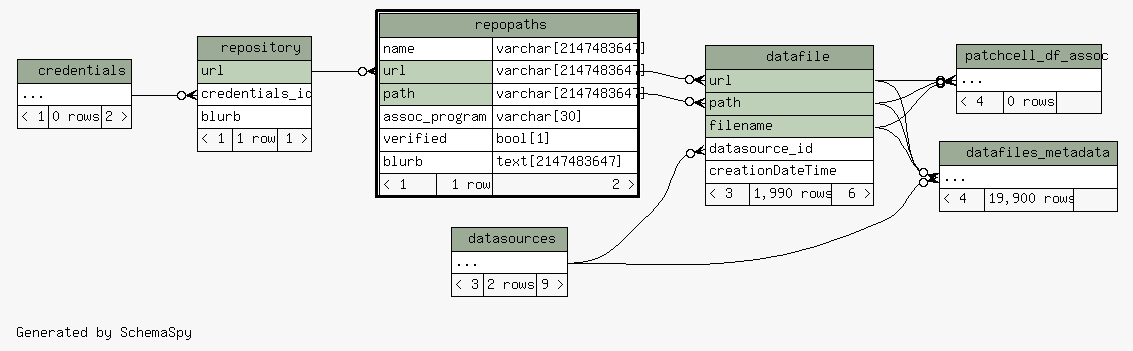
This is database/ss/diagrams/repopaths.2degrees.png from tgbugs/mlab, a Graphviz export, as it was before one commit. Its source is kept beside it as database/ss/diagrams/repopaths.2degrees.dot.
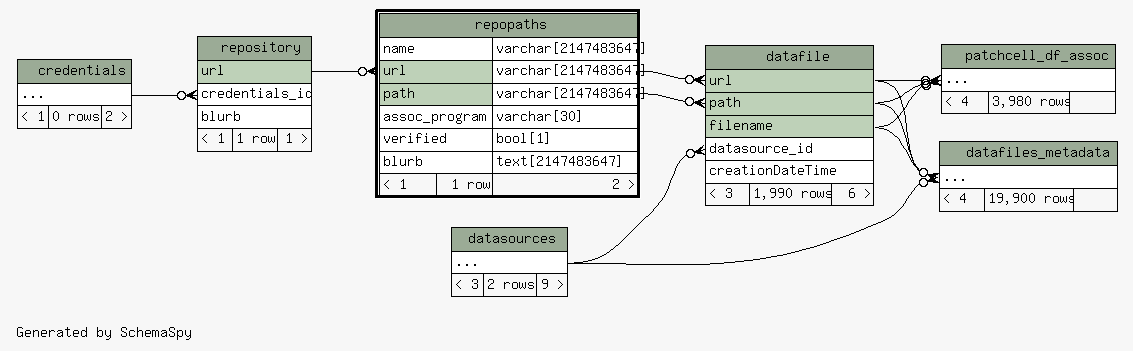
After the commit.

The edit, as a diff of the source:
```diff
@@ -78,7 +78,7 @@
     <TABLE BORDER="0" CELLBORDER="1" CELLSPACING="0" BGCOLOR="#ffffff">
       <TR><TD COLSPAN="3" BGCOLOR="#9bab96" ALIGN="CENTER">patchcell_df_assoc</TD></TR>
       <TR><TD PORT="elipses" COLSPAN="3" ALIGN="LEFT">...</TD></TR>
-      <TR><TD ALIGN="LEFT" BGCOLOR="#f7f7f7">&lt; 4</TD><TD ALIGN="RIGHT" BGCOLOR="#f7f7f7">0 rows</TD><TD ALIGN="RIGHT" BGCOLOR="#f7f7f7">  </TD></TR>
+      <TR><TD ALIGN="LEFT" BGCOLOR="#f7f7f7">&lt; 4</TD><TD ALIGN="RIGHT" BGCOLOR="#f7f7f7">3,980 rows</TD><TD ALIGN="RIGHT" BGCOLOR="#f7f7f7">  </TD></TR>
     </TABLE>>
     URL="patchcell_df_assoc.html"
     tooltip="patchcell_df_assoc"
```
